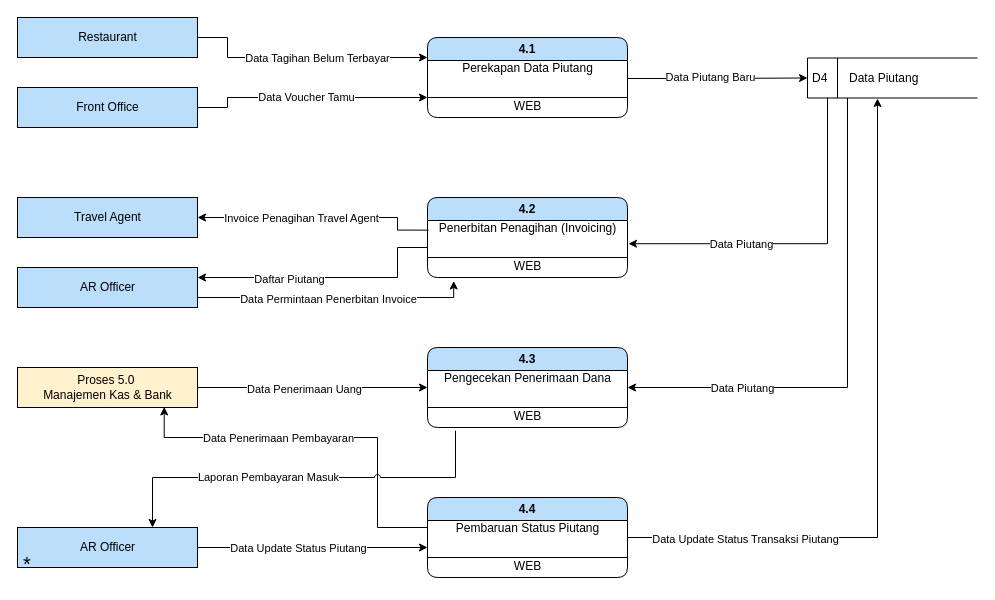
The draw.io diagram page "Copy of DFD LVL 1-Piutang" (12 of 14) of DFD-FINANCE-MARU.drawio in elikawicaksana/BuildIT_BasisData, before the edit. Source tidied: cells renumbered, new cells numbered last; positions are measured from the earlier drawing's top-left corner, leaving out a move shared by most shapes. Both pictures are drawn from the tidied source at 100%, with x=0, y=0 at pixel (17, 17).
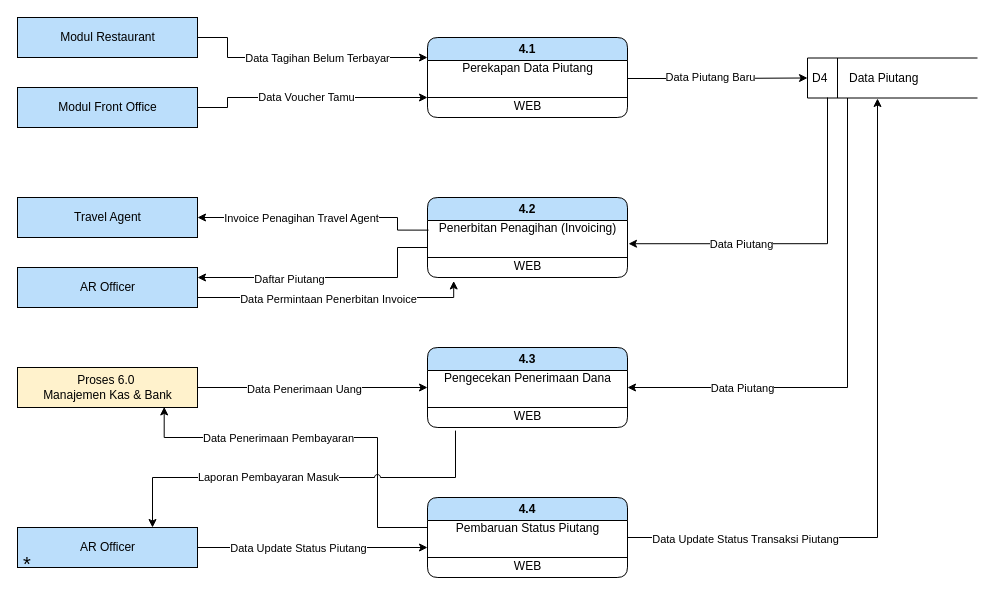
The same page after the edit.

The change refers to these unchanged cells:
```xml
<mxCell id="18" style="group;" parent="1" vertex="1">
  <mxGeometry x="30" y="70" width="150" height="40" as="geometry" />
</mxCell>
<mxCell id="43" style="group;" parent="42" vertex="1">
  <mxGeometry x="30" width="150" height="40" as="geometry" />
</mxCell>
<mxCell id="47" style="group;" parent="46" vertex="1">
  <mxGeometry x="30" width="150" height="50" as="geometry" />
</mxCell>
```

The edit, as a diff of the source:
```diff
@@
-    <mxCell id="20" value="Front Office" style="text;html=1;align=center;verticalAlign=middle;strokeColor=none;fillColor=none;" parent="18" vertex="1">
-      <mxGeometry x="15" y="5" width="90" height="30" as="geometry" />
+    <mxCell id="20" value="Modul Front Office" style="text;html=1;align=center;verticalAlign=middle;strokeColor=none;fillColor=none;" parent="18" vertex="1">
+      <mxGeometry y="5" width="120" height="30" as="geometry" />
     </mxCell>
@@
-    <mxCell id="45" value="Restaurant" style="text;html=1;align=center;verticalAlign=middle;strokeColor=none;fillColor=none;" parent="43" vertex="1">
-      <mxGeometry x="20" y="5" width="80" height="30" as="geometry" />
+    <mxCell id="45" value="Modul Restaurant" style="text;html=1;align=center;verticalAlign=middle;strokeColor=none;fillColor=none;" parent="43" vertex="1">
+      <mxGeometry y="5" width="120" height="30" as="geometry" />
     </mxCell>
@@
-    <mxCell id="49" value="Proses 5.0&amp;nbsp;&lt;div&gt;Manajemen Kas &amp;amp; Bank&lt;/div&gt;" style="text;html=1;align=center;verticalAlign=middle;points=[];strokeColor=none;fillColor=none;" parent="47" vertex="1">
+    <mxCell id="49" value="Proses 6.0&amp;nbsp;&lt;div&gt;Manajemen Kas &amp;amp; Bank&lt;/div&gt;" style="text;html=1;align=center;verticalAlign=middle;points=[];strokeColor=none;fillColor=none;" parent="47" vertex="1">
       <mxGeometry x="-15" width="150" height="40" as="geometry" />
     </mxCell>
```
